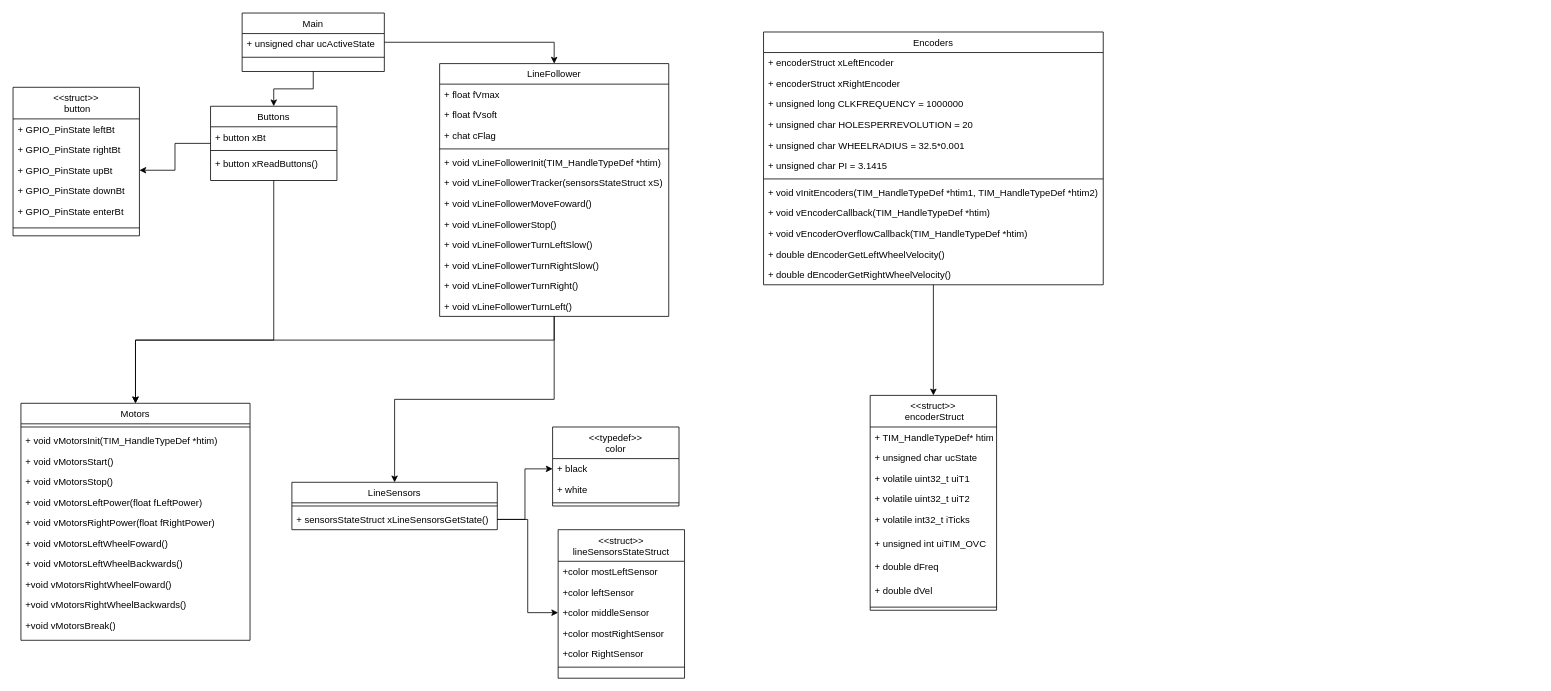
Above: Diagrama de Classes.drawio in gabrielhaj/ES070 (draw.io), before the change. Source tidied: cells renumbered, new cells numbered last; positions are measured from the earlier drawing's top-left corner, leaving out a move shared by most shapes. Both pictures are drawn from the tidied source at 79%, with x=0, y=0 at pixel (13, -87).
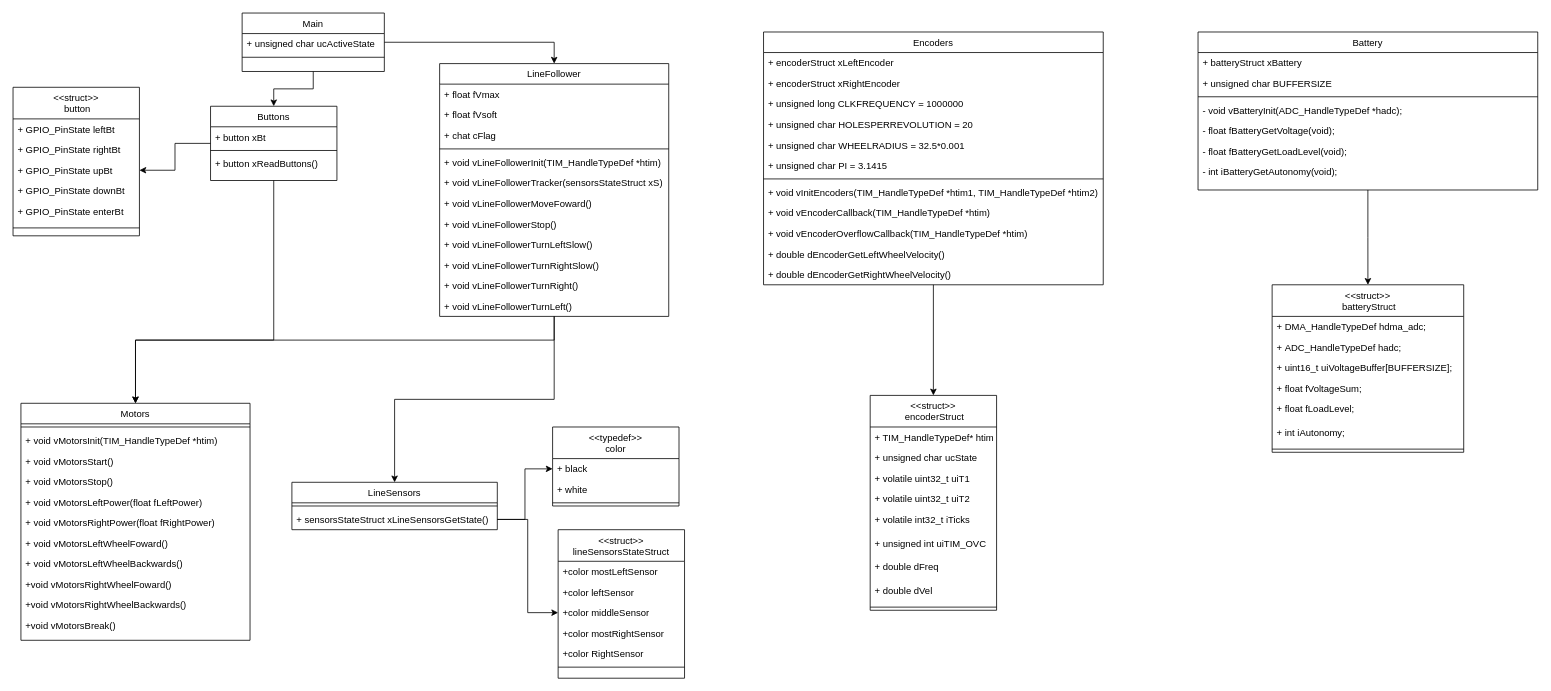
The same page after the edit.

The edit, as a diff of the source:
```diff
@@
+    <mxCell id="91" value="Battery" style="swimlane;fontStyle=0;align=center;verticalAlign=top;horizontal=1;startSize=26;rounded=0;shadow=0;strokeWidth=1;" parent="1" vertex="1">
+      <mxGeometry x="1500" y="150" width="430" height="200" as="geometry" />
+    </mxCell>
+    <mxCell id="92" value="+ batteryStruct xBattery" style="text;align=left;verticalAlign=top;spacingLeft=4;spacingRight=4;overflow=hidden;" parent="91" vertex="1">
+      <mxGeometry y="26" width="430" height="26" as="geometry" />
+    </mxCell>
+    <mxCell id="93" value="+ unsigned char BUFFERSIZE" style="text;align=left;verticalAlign=top;spacingLeft=4;spacingRight=4;overflow=hidden;" parent="91" vertex="1">
+      <mxGeometry y="52" width="430" height="26" as="geometry" />
+    </mxCell>
+    <mxCell id="94" style="line;html=1;strokeWidth=1;align=left;verticalAlign=middle;spacingTop=-1;spacingLeft=3;spacingRight=3;labelPosition=right;" parent="91" vertex="1">
+      <mxGeometry y="78" width="430" height="8" as="geometry" />
+    </mxCell>
+    <mxCell id="95" value="- void vBatteryInit(ADC_HandleTypeDef *hadc);" style="text;align=left;verticalAlign=top;spacingLeft=4;spacingRight=4;overflow=hidden;" parent="91" vertex="1">
+      <mxGeometry y="86" width="430" height="26" as="geometry" />
+    </mxCell>
+    <mxCell id="96" value="- float fBatteryGetVoltage(void);" style="text;align=left;verticalAlign=top;spacingLeft=4;spacingRight=4;overflow=hidden;" parent="91" vertex="1">
+      <mxGeometry y="112" width="430" height="26" as="geometry" />
+    </mxCell>
+    <mxCell id="97" value="- float fBatteryGetLoadLevel(void);" style="text;align=left;verticalAlign=top;spacingLeft=4;spacingRight=4;overflow=hidden;" parent="91" vertex="1">
+      <mxGeometry y="138" width="430" height="26" as="geometry" />
+    </mxCell>
+    <mxCell id="98" value="- int iBatteryGetAutonomy(void);" style="text;align=left;verticalAlign=top;spacingLeft=4;spacingRight=4;overflow=hidden;" parent="91" vertex="1">
+      <mxGeometry y="164" width="430" height="26" as="geometry" />
+    </mxCell>
+    <mxCell id="99" value="&lt;&lt;struct&gt;&gt;&#10; batteryStruct" style="swimlane;fontStyle=0;align=center;verticalAlign=top;horizontal=1;startSize=40;rounded=0;shadow=0;strokeWidth=1;" parent="1" vertex="1">
+      <mxGeometry x="1593.8" y="470" width="242.5" height="212" as="geometry" />
+    </mxCell>
+    <mxCell id="100" value="+ DMA_HandleTypeDef hdma_adc;" style="text;align=left;verticalAlign=top;spacingLeft=4;spacingRight=4;overflow=hidden;" parent="99" vertex="1">
+      <mxGeometry y="40" width="242.5" height="26" as="geometry" />
+    </mxCell>
+    <mxCell id="101" value="+ ADC_HandleTypeDef hadc;" style="text;align=left;verticalAlign=top;spacingLeft=4;spacingRight=4;overflow=hidden;" parent="99" vertex="1">
+      <mxGeometry y="66" width="242.5" height="26" as="geometry" />
+    </mxCell>
+    <mxCell id="102" value="+ uint16_t uiVoltageBuffer[BUFFERSIZE];" style="text;align=left;verticalAlign=top;spacingLeft=4;spacingRight=4;overflow=hidden;" parent="99" vertex="1">
+      <mxGeometry y="92" width="242.5" height="26" as="geometry" />
+    </mxCell>
+    <mxCell id="103" value="+ float fVoltageSum;" style="text;align=left;verticalAlign=top;spacingLeft=4;spacingRight=4;overflow=hidden;" parent="99" vertex="1">
+      <mxGeometry y="118" width="242.5" height="26" as="geometry" />
+    </mxCell>
+    <mxCell id="104" value="+ float fLoadLevel;" style="text;align=left;verticalAlign=top;spacingLeft=4;spacingRight=4;overflow=hidden;" parent="99" vertex="1">
+      <mxGeometry y="144" width="242.5" height="30" as="geometry" />
+    </mxCell>
+    <mxCell id="105" value="+ int iAutonomy;" style="text;align=left;verticalAlign=top;spacingLeft=4;spacingRight=4;overflow=hidden;" parent="99" vertex="1">
+      <mxGeometry y="174" width="242.5" height="30" as="geometry" />
+    </mxCell>
+    <mxCell id="106" style="line;html=1;strokeWidth=1;align=left;verticalAlign=middle;spacingTop=-1;spacingLeft=3;spacingRight=3;labelPosition=right;" parent="99" vertex="1">
+      <mxGeometry y="204" width="242.5" height="8" as="geometry" />
+    </mxCell>
+    <mxCell id="107" style="edgeStyle=orthogonalEdgeStyle;rounded=0;jettySize=auto;html=1;entryX=0.5;entryY=0;entryDx=0;entryDy=0;" parent="1" edge="1" source="91" target="99">
+      <mxGeometry relative="1" as="geometry" />
+    </mxCell>
```
